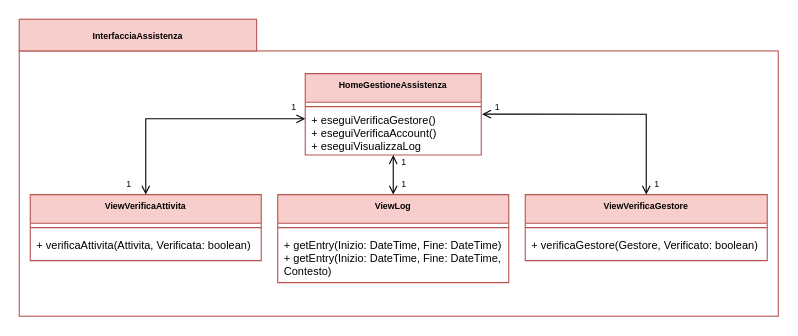
Above: page "Assistenza" (1 of 3) of progettazione/dettaglio/dettaglioView.drawio in Marco-Burattoni/Progetto-ids (draw.io), before the change. Source tidied: cells renumbered, new cells numbered last; positions are measured from the earlier drawing's top-left corner, leaving out a move shared by most shapes. Both pictures are drawn from the tidied source at 110%, with x=0, y=0 at pixel (19, 19).
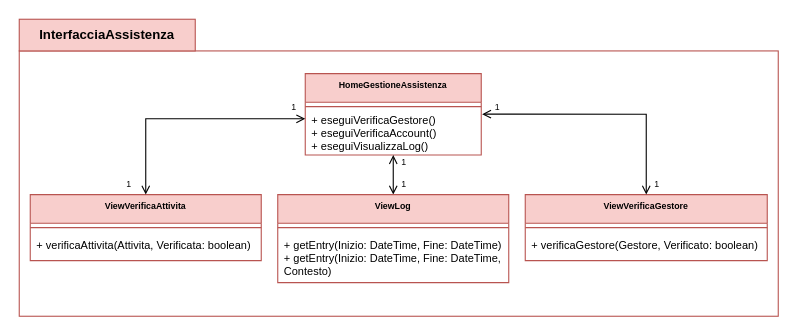
After the change.

Unchanged cells that the change refers to:
```xml
<mxCell id="5" value="HomeGestioneAssistenza" style="swimlane;fontStyle=1;align=center;verticalAlign=top;horizontal=1;startSize=26;fillColor=#F8CECC;strokeColor=#B85450;fontSize=8;" parent="4" vertex="1">
  <mxGeometry x="160" width="160" height="74" as="geometry" />
</mxCell>
```

Diff of the diagram source:
```diff
@@
-    <mxCell id="3" value="&lt;span style=&quot;&quot;&gt;&lt;font style=&quot;font-size: 8px;&quot;&gt;&lt;b&gt;InterfacciaAssistenza&lt;/b&gt;&lt;/font&gt;&lt;/span&gt;" style="rounded=0;whiteSpace=wrap;html=1;shadow=0;sketch=0;fillStyle=auto;strokeColor=#B85450;fillColor=#F8CECC;gradientColor=none;" parent="1" vertex="1">
-      <mxGeometry width="215.8" height="28.8" as="geometry" />
+    <mxCell id="3" value="&lt;span style=&quot;&quot;&gt;&lt;font size=&quot;1&quot; style=&quot;&quot;&gt;&lt;b style=&quot;font-size: 12px;&quot;&gt;InterfacciaAssistenza&lt;/b&gt;&lt;/font&gt;&lt;/span&gt;" style="rounded=0;whiteSpace=wrap;html=1;shadow=0;sketch=0;fillStyle=auto;strokeColor=#B85450;fillColor=#F8CECC;gradientColor=none;" parent="1" vertex="1">
+      <mxGeometry width="160" height="28.8" as="geometry" />
     </mxCell>
@@
-    <mxCell id="7" value="+ eseguiVerificaGestore()&#10;+ eseguiVerificaAccount()&#10;+ eseguiVisualizzaLog" style="text;strokeColor=none;fillColor=none;align=left;verticalAlign=middle;spacingLeft=4;spacingRight=4;overflow=hidden;points=[[0,0.5],[1,0.5]];portConstraint=eastwest;fontSize=10;" parent="5" vertex="1">
+    <mxCell id="7" value="+ eseguiVerificaGestore()&#10;+ eseguiVerificaAccount()&#10;+ eseguiVisualizzaLog()" style="text;strokeColor=none;fillColor=none;align=left;verticalAlign=middle;spacingLeft=4;spacingRight=4;overflow=hidden;points=[[0,0.5],[1,0.5]];portConstraint=eastwest;fontSize=10;" parent="5" vertex="1">
       <mxGeometry y="34" width="160" height="40" as="geometry" />
     </mxCell>
```
